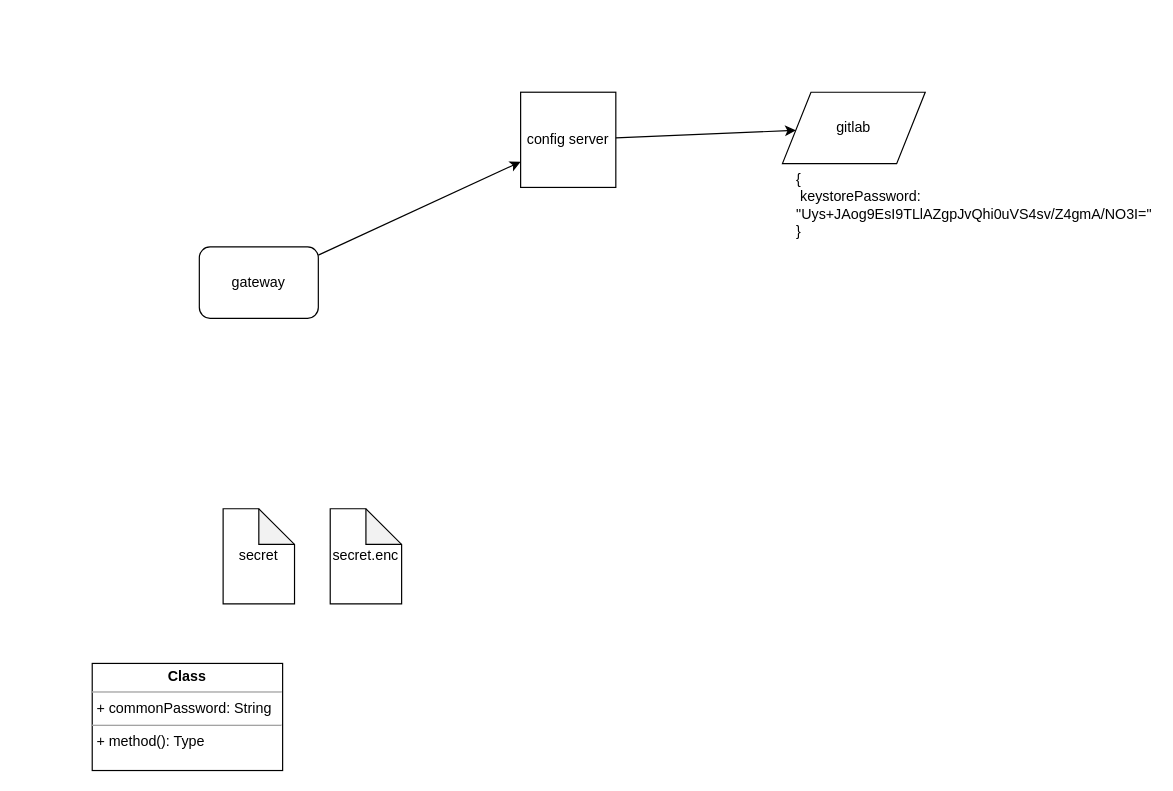
arti22k/draw.io keeps this draw.io diagram as Untitled Diagram.drawio. Above is the earlier version. Source tidied: cells renumbered, new cells numbered last; positions are measured from the earlier drawing's top-left corner, leaving out a move shared by most shapes. Both pictures are drawn from the tidied source at 119%, with x=0, y=0 at pixel (92, 92).
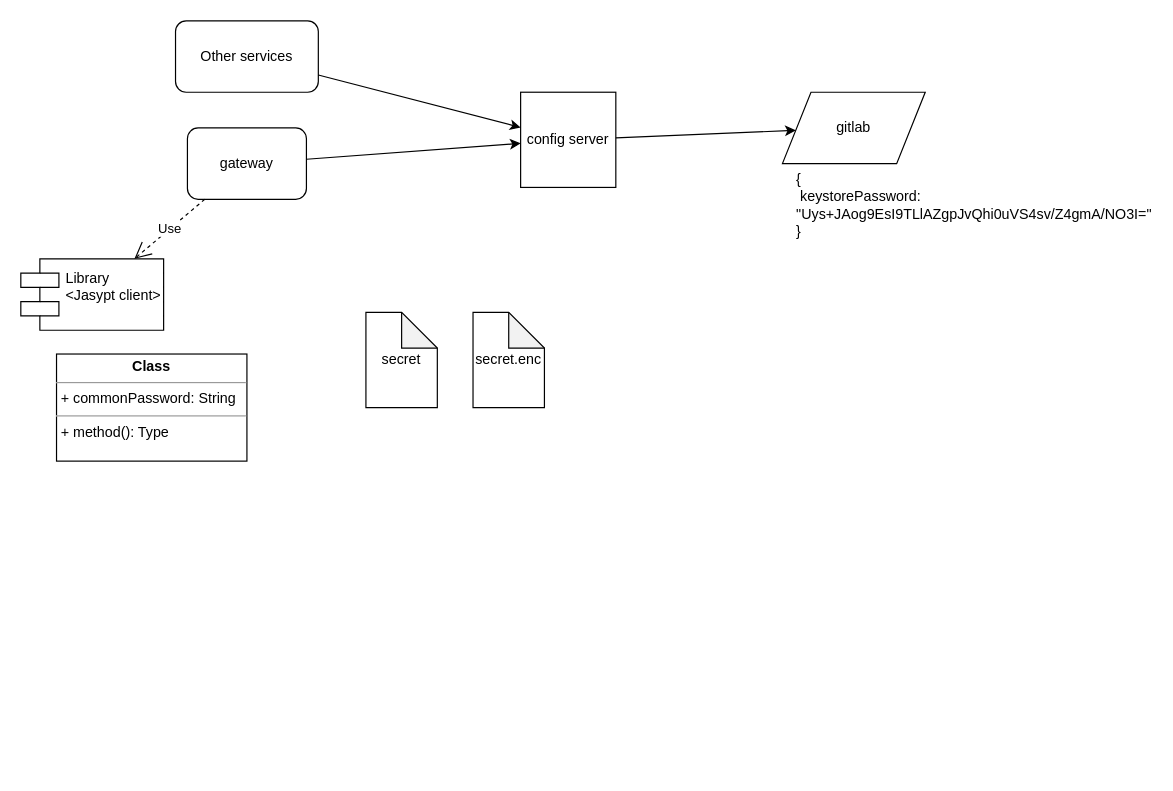
Above is the later version.

Commit message:
Dodanie biblioteki

The edit, as a diff of the source:
```diff
@@
 <mxGraphModel>
   <root>
     <mxCell id="0" />
     <mxCell id="1" parent="0" />
     <mxCell id="2" value="secret" style="shape=note;whiteSpace=wrap;html=1;backgroundOutline=1;darkOpacity=0.05;" parent="1" vertex="1">
-      <mxGeometry x="110" y="350" width="60" height="80" as="geometry" />
+      <mxGeometry x="230" y="185" width="60" height="80" as="geometry" />
     </mxCell>
     <mxCell id="3" value="secret.enc" style="shape=note;whiteSpace=wrap;html=1;backgroundOutline=1;darkOpacity=0.05;" parent="1" vertex="1">
-      <mxGeometry x="200" y="350" width="60" height="80" as="geometry" />
+      <mxGeometry x="320" y="185" width="60" height="80" as="geometry" />
     </mxCell>
     <mxCell id="4" value="gateway" style="rounded=1;whiteSpace=wrap;html=1;" parent="1" vertex="1">
-      <mxGeometry x="90" y="130" width="100" height="60" as="geometry" />
+      <mxGeometry x="80" y="30" width="100" height="60" as="geometry" />
     </mxCell>
     <mxCell id="5" value="config server" style="whiteSpace=wrap;html=1;" parent="1" vertex="1">
       <mxGeometry x="360" width="80" height="80" as="geometry" />
     </mxCell>
     <mxCell id="6" style="endArrow=classic;html=1;" parent="1" edge="1" source="4" target="5">
       <mxGeometry relative="1" as="geometry" />
     </mxCell>
     <mxCell id="7" value="gitlab" style="shape=parallelogram;perimeter=parallelogramPerimeter;whiteSpace=wrap;html=1;" parent="1" vertex="1">
       <mxGeometry x="580" width="120" height="60" as="geometry" />
     </mxCell>
     <mxCell id="8" style="endArrow=classic;html=1;" parent="1" edge="1" source="5" target="7">
       <mxGeometry relative="1" as="geometry" />
     </mxCell>
     <mxCell id="9" value="{&lt;br&gt;&amp;nbsp;keystorePassword: &quot;Uys+JAog9EsI9TLlAZgpJvQhi0uVS4sv/Z4gmA/NO3I=&quot;&lt;br&gt;}" style="text;html=1;strokeColor=none;fillColor=none;align=left;verticalAlign=middle;whiteSpace=wrap;rounded=0;" parent="1" vertex="1">
       <mxGeometry x="590" y="80" width="200" height="30" as="geometry" />
     </mxCell>
     <mxCell id="10" value="&lt;p style=&quot;margin: 0px ; margin-top: 4px ; text-align: center&quot;&gt;&lt;b&gt;Class&lt;/b&gt;&lt;/p&gt;&lt;hr size=&quot;1&quot;&gt;&lt;p style=&quot;margin: 0px ; margin-left: 4px&quot;&gt;+ commonPassword: String&lt;/p&gt;&lt;hr size=&quot;1&quot;&gt;&lt;p style=&quot;margin: 0px ; margin-left: 4px&quot;&gt;+ method(): Type&lt;/p&gt;" style="verticalAlign=top;align=left;overflow=fill;fontSize=12;fontFamily=Helvetica;html=1;" parent="1" vertex="1">
-      <mxGeometry y="480" width="160" height="90" as="geometry" />
+      <mxGeometry x="-30" y="220" width="160" height="90" as="geometry" />
     </mxCell>
+    <mxCell id="11" value="Library&#10;&lt;Jasypt client&gt;&#10;" style="shape=component;align=left;spacingLeft=36;" parent="1" vertex="1">
+      <mxGeometry x="-60" y="140" width="120" height="60" as="geometry" />
+    </mxCell>
+    <mxCell id="12" value="Use" style="endArrow=open;endSize=12;dashed=1;html=1;" parent="1" edge="1" source="4" target="11">
+      <mxGeometry relative="1" as="geometry" />
+    </mxCell>
+    <mxCell id="13" value="Other services" style="rounded=1;whiteSpace=wrap;html=1;" parent="1" vertex="1">
+      <mxGeometry x="70" y="-60" width="120" height="60" as="geometry" />
+    </mxCell>
+    <mxCell id="14" style="endArrow=classic;html=1;" parent="1" edge="1" source="13" target="5">
+      <mxGeometry relative="1" as="geometry" />
+    </mxCell>
   </root>
 </mxGraphModel>
```
